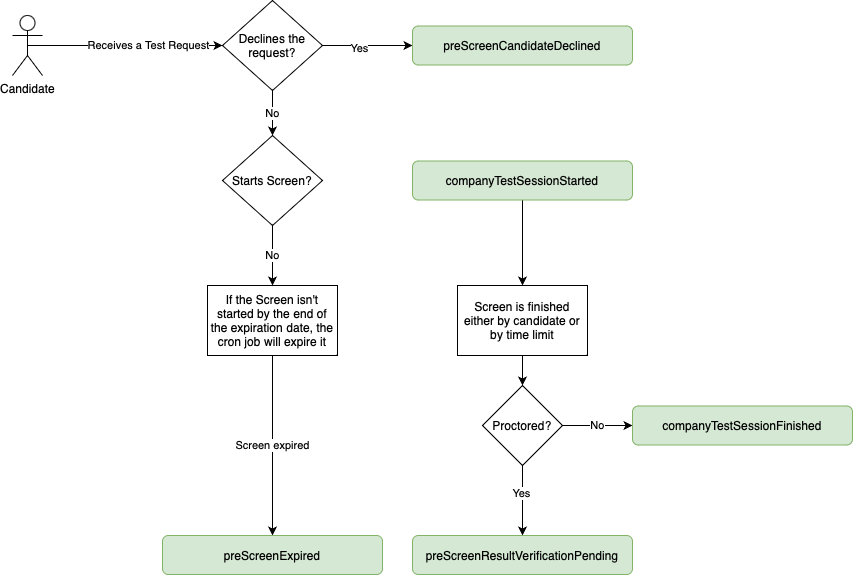
Before: docs/images/candidate-events.png, a diagram exported from draw.io (CodeSignal/developer-docs). Source tidied: cells renumbered, new cells last; positions are measured from the earlier drawing's top-left corner, leaving out a move shared by most shapes.
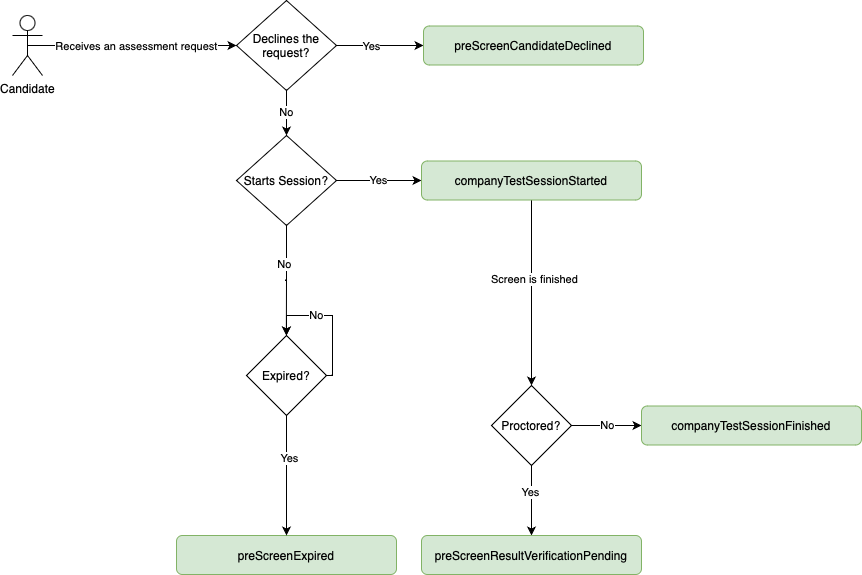
The same file after the commit.

Diff of the diagram source:
```diff
@@ -5,8 +5,10 @@
     <mxCell id="2" style="edgeStyle=orthogonalEdgeStyle;rounded=0;jettySize=auto;html=1;exitX=0.5;exitY=0.5;exitDx=0;exitDy=0;exitPerimeter=0;entryX=0;entryY=0.5;entryDx=0;entryDy=0;" parent="1" edge="1" source="4" target="8">
       <mxGeometry relative="1" as="geometry" />
     </mxCell>
-    <mxCell id="3" value="Receives a Test Request" style="edgeLabel;html=1;align=center;verticalAlign=middle;" parent="2" vertex="1">
-      <mxGeometry x="0.23" y="1" relative="1" as="geometry" />
+    <mxCell id="3" value="Receives an assessment request" style="edgeLabel;html=1;align=center;verticalAlign=middle;" parent="2" vertex="1">
+      <mxGeometry x="0.23" y="1" relative="1" as="geometry">
+        <mxPoint x="-20" y="1" as="offset" />
+      </mxGeometry>
     </mxCell>
     <mxCell id="4" value="Candidate" style="shape=umlActor;verticalLabelPosition=bottom;verticalAlign=top;html=1;outlineConnect=0;" parent="1" vertex="1">
       <mxGeometry y="15" width="30" height="60" as="geometry" />
@@ -15,61 +17,82 @@
       <mxGeometry relative="1" as="geometry" />
     </mxCell>
     <mxCell id="6" value="Yes" style="edgeLabel;html=1;align=center;verticalAlign=middle;" parent="5" vertex="1">
-      <mxGeometry x="-0.2" y="-2" relative="1" as="geometry" />
+      <mxGeometry x="-0.2" y="-2" relative="1" as="geometry">
+        <mxPoint y="-2" as="offset" />
+      </mxGeometry>
     </mxCell>
-    <mxCell id="7" value="No" style="edgeStyle=orthogonalEdgeStyle;rounded=0;jettySize=auto;html=1;exitX=0.5;exitY=1;exitDx=0;exitDy=0;entryX=0.5;entryY=0;entryDx=0;entryDy=0;" parent="1" edge="1" source="8" target="11">
+    <mxCell id="7" value="No" style="edgeStyle=orthogonalEdgeStyle;rounded=0;jettySize=auto;html=1;exitX=0.5;exitY=1;exitDx=0;exitDy=0;entryX=0.5;entryY=0;entryDx=0;entryDy=0;" parent="1" edge="1" source="8" target="13">
       <mxGeometry relative="1" as="geometry" />
     </mxCell>
     <mxCell id="8" value="Declines the request?" style="rhombus;whiteSpace=wrap;html=1;" parent="1" vertex="1">
-      <mxGeometry x="210" width="100" height="90" as="geometry" />
+      <mxGeometry x="224" width="100" height="90" as="geometry" />
     </mxCell>
     <mxCell id="9" value="preScreenCandidateDeclined" style="rounded=1;whiteSpace=wrap;html=1;fillColor=#d5e8d4;strokeColor=#82b366;" parent="1" vertex="1">
-      <mxGeometry x="400" y="25.5" width="220" height="39" as="geometry" />
+      <mxGeometry x="411" y="25.5" width="220" height="39" as="geometry" />
     </mxCell>
-    <mxCell id="10" value="No" style="edgeStyle=orthogonalEdgeStyle;rounded=0;jettySize=auto;html=1;exitX=0.5;exitY=1;exitDx=0;exitDy=0;entryX=0.5;entryY=0;entryDx=0;entryDy=0;" parent="1" edge="1" source="11" target="23">
+    <mxCell id="10" value="Yes" style="edgeStyle=orthogonalEdgeStyle;rounded=0;jettySize=auto;html=1;exitX=1;exitY=0.5;exitDx=0;exitDy=0;entryX=0;entryY=0.5;entryDx=0;entryDy=0;" parent="1" edge="1" source="13" target="16">
       <mxGeometry relative="1" as="geometry" />
     </mxCell>
-    <mxCell id="11" value="Starts Screen?" style="rhombus;whiteSpace=wrap;html=1;" parent="1" vertex="1">
-      <mxGeometry x="210" y="135" width="100" height="90" as="geometry" />
+    <mxCell id="11" style="edgeStyle=orthogonalEdgeStyle;rounded=0;jettySize=auto;html=1;exitX=0.5;exitY=1;exitDx=0;exitDy=0;" parent="1" edge="1" source="13">
+      <mxGeometry relative="1" as="geometry">
+        <mxPoint x="273.9" y="335" as="targetPoint" />
+      </mxGeometry>
     </mxCell>
-    <mxCell id="12" style="edgeStyle=orthogonalEdgeStyle;rounded=0;jettySize=auto;html=1;exitX=0.5;exitY=1;exitDx=0;exitDy=0;" parent="1" edge="1" source="13" target="15">
-      <mxGeometry relative="1" as="geometry" />
+    <mxCell id="12" value="No" style="edgeLabel;html=1;align=center;verticalAlign=middle;" parent="11" vertex="1">
+      <mxGeometry x="-0.3" y="-3" relative="1" as="geometry" />
     </mxCell>
-    <mxCell id="13" value="companyTestSessionStarted" style="rounded=1;whiteSpace=wrap;html=1;fillColor=#d5e8d4;strokeColor=#82b366;" parent="1" vertex="1">
-      <mxGeometry x="400" y="160.5" width="220" height="39" as="geometry" />
+    <mxCell id="13" value="Starts Session?" style="rhombus;whiteSpace=wrap;html=1;" parent="1" vertex="1">
+      <mxGeometry x="224" y="135" width="100" height="90" as="geometry" />
     </mxCell>
-    <mxCell id="14" style="edgeStyle=orthogonalEdgeStyle;rounded=0;jettySize=auto;html=1;exitX=0.5;exitY=1;exitDx=0;exitDy=0;entryX=0.5;entryY=0;entryDx=0;entryDy=0;" parent="1" edge="1" source="15" target="19">
+    <mxCell id="14" style="edgeStyle=orthogonalEdgeStyle;rounded=0;jettySize=auto;html=1;exitX=0.5;exitY=1;exitDx=0;exitDy=0;entryX=0.5;entryY=0;entryDx=0;entryDy=0;" parent="1" edge="1" source="16" target="20">
       <mxGeometry relative="1" as="geometry" />
     </mxCell>
-    <mxCell id="15" value="Screen is finished either by candidate or by time limit" style="rounded=0;whiteSpace=wrap;html=1;" parent="1" vertex="1">
-      <mxGeometry x="445" y="285" width="130" height="70" as="geometry" />
+    <mxCell id="15" value="Screen is finished" style="edgeLabel;html=1;align=center;verticalAlign=middle;points=[];" parent="14" vertex="1">
+      <mxGeometry x="-0.16" y="2" relative="1" as="geometry" />
     </mxCell>
-    <mxCell id="16" style="edgeStyle=orthogonalEdgeStyle;rounded=0;jettySize=auto;html=1;exitX=0.5;exitY=1;exitDx=0;exitDy=0;entryX=0.5;entryY=0;entryDx=0;entryDy=0;" parent="1" edge="1" source="19" target="21">
-      <mxGeometry relative="1" as="geometry" />
+    <mxCell id="16" value="companyTestSessionStarted" style="rounded=1;whiteSpace=wrap;html=1;fillColor=#d5e8d4;strokeColor=#82b366;" parent="1" vertex="1">
+      <mxGeometry x="409" y="160.5" width="220" height="39" as="geometry" />
     </mxCell>
-    <mxCell id="17" value="Yes" style="edgeLabel;html=1;align=center;verticalAlign=middle;" parent="16" vertex="1">
-      <mxGeometry x="-0.23" y="-2" relative="1" as="geometry" />
+    <mxCell id="17" style="edgeStyle=orthogonalEdgeStyle;rounded=0;jettySize=auto;html=1;exitX=0.5;exitY=1;exitDx=0;exitDy=0;entryX=0.5;entryY=0;entryDx=0;entryDy=0;" parent="1" edge="1" source="20" target="22">
+      <mxGeometry relative="1" as="geometry" />
     </mxCell>
-    <mxCell id="18" value="No" style="edgeStyle=orthogonalEdgeStyle;rounded=0;jettySize=auto;html=1;exitX=1;exitY=0.5;exitDx=0;exitDy=0;entryX=0;entryY=0.5;entryDx=0;entryDy=0;" parent="1" edge="1" source="19" target="20">
-      <mxGeometry relative="1" as="geometry" />
+    <mxCell id="18" value="Yes" style="edgeLabel;html=1;align=center;verticalAlign=middle;" parent="17" vertex="1">
+      <mxGeometry x="-0.23" y="-2" relative="1" as="geometry" />
     </mxCell>
-    <mxCell id="19" value="Proctored?" style="rhombus;whiteSpace=wrap;html=1;" parent="1" vertex="1">
-      <mxGeometry x="470" y="385" width="80" height="80" as="geometry" />
+    <mxCell id="19" value="No" style="edgeStyle=orthogonalEdgeStyle;rounded=0;jettySize=auto;html=1;exitX=1;exitY=0.5;exitDx=0;exitDy=0;entryX=0;entryY=0.5;entryDx=0;entryDy=0;" parent="1" edge="1" source="20">
+      <mxGeometry relative="1" as="geometry">
+        <mxPoint x="629" y="425" as="targetPoint" />
+      </mxGeometry>
     </mxCell>
-    <mxCell id="20" value="companyTestSessionFinished" style="rounded=1;whiteSpace=wrap;html=1;fillColor=#d5e8d4;strokeColor=#82b366;" parent="1" vertex="1">
-      <mxGeometry x="620" y="405.5" width="220" height="39" as="geometry" />
+    <mxCell id="20" value="Proctored?" style="rhombus;whiteSpace=wrap;html=1;" parent="1" vertex="1">
+      <mxGeometry x="479" y="385" width="80" height="80" as="geometry" />
     </mxCell>
-    <mxCell id="21" value="preScreenResultVerificationPending" style="rounded=1;whiteSpace=wrap;html=1;fillColor=#d5e8d4;strokeColor=#82b366;" parent="1" vertex="1">
-      <mxGeometry x="400" y="535" width="220" height="39" as="geometry" />
+    <mxCell id="21" value="companyTestSessionFinished" style="rounded=1;whiteSpace=wrap;html=1;fillColor=#d5e8d4;strokeColor=#82b366;" parent="1" vertex="1">
+      <mxGeometry x="629" y="405.5" width="220" height="39" as="geometry" />
     </mxCell>
-    <mxCell id="22" value="Screen expired" style="edgeStyle=orthogonalEdgeStyle;rounded=0;jettySize=auto;html=1;exitX=0.5;exitY=1;exitDx=0;exitDy=0;entryX=0.5;entryY=0;entryDx=0;entryDy=0;" parent="1" edge="1" source="23" target="24">
-      <mxGeometry relative="1" as="geometry" />
+    <mxCell id="22" value="preScreenResultVerificationPending" style="rounded=1;whiteSpace=wrap;html=1;fillColor=#d5e8d4;strokeColor=#82b366;" parent="1" vertex="1">
+      <mxGeometry x="409" y="535" width="220" height="39" as="geometry" />
     </mxCell>
-    <mxCell id="23" value="If the Screen isn't started by the end of the expiration date, the cron job will expire it" style="rounded=0;whiteSpace=wrap;html=1;" parent="1" vertex="1">
-      <mxGeometry x="195" y="285" width="130" height="70" as="geometry" />
+    <mxCell id="23" value="preScreenExpired" style="rounded=1;whiteSpace=wrap;html=1;fillColor=#d5e8d4;strokeColor=#82b366;" parent="1" vertex="1">
+      <mxGeometry x="164" y="535" width="220" height="39" as="geometry" />
     </mxCell>
-    <mxCell id="24" value="preScreenExpired" style="rounded=1;whiteSpace=wrap;html=1;fillColor=#d5e8d4;strokeColor=#82b366;" parent="1" vertex="1">
-      <mxGeometry x="150" y="535" width="220" height="39" as="geometry" />
+    <mxCell id="24" style="edgeStyle=orthogonalEdgeStyle;rounded=0;jettySize=auto;html=1;exitX=0.5;exitY=1;exitDx=0;exitDy=0;entryX=0.5;entryY=0;entryDx=0;entryDy=0;" parent="1" edge="1" source="26" target="23">
+      <mxGeometry relative="1" as="geometry" />
     </mxCell>
+    <mxCell id="25" value="Yes" style="edgeLabel;html=1;align=center;verticalAlign=middle;" parent="24" vertex="1">
+      <mxGeometry x="-0.3" y="2" relative="1" as="geometry" />
+    </mxCell>
+    <mxCell id="26" value="Expired?" style="rhombus;whiteSpace=wrap;html=1;" parent="1" vertex="1">
+      <mxGeometry x="234" y="335" width="80" height="80" as="geometry" />
+    </mxCell>
+    <mxCell id="27" value="No" style="edgeStyle=orthogonalEdgeStyle;rounded=0;orthogonalLoop=1;jettySize=auto;html=1;exitX=1;exitY=0.5;exitDx=0;exitDy=0;entryX=0.5;entryY=0;entryDx=0;entryDy=0;" parent="1" edge="1" source="26" target="26">
+      <mxGeometry x="0.25" relative="1" as="geometry">
+        <Array as="points">
+          <mxPoint x="320" y="375" />
+          <mxPoint x="320" y="315" />
+          <mxPoint x="274" y="315" />
+        </Array>
+      </mxGeometry>
+    </mxCell>
   </root>
 </mxGraphModel>
```
